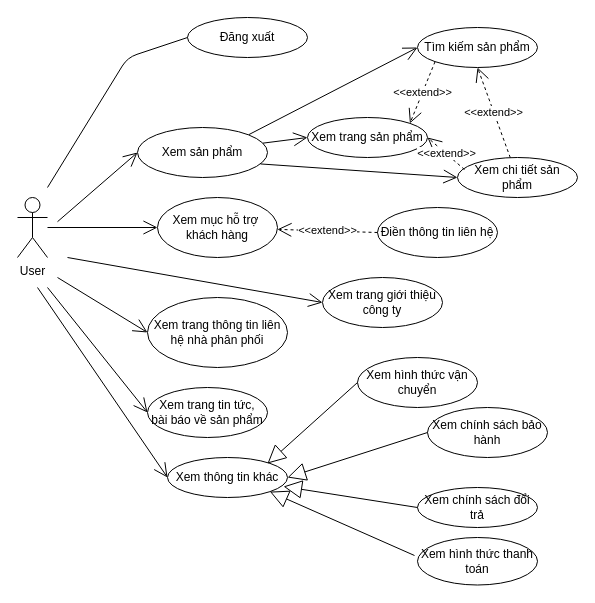
Earlier version of the draw.io diagram userDiagram2.drawio (hoangminh15/PTTKHT). Source tidied: cells renumbered, new cells numbered last; positions are measured from the earlier drawing's top-left corner, leaving out a move shared by most shapes. Both pictures are drawn from the tidied source at 100%, with x=0, y=0 at pixel (17, 17).
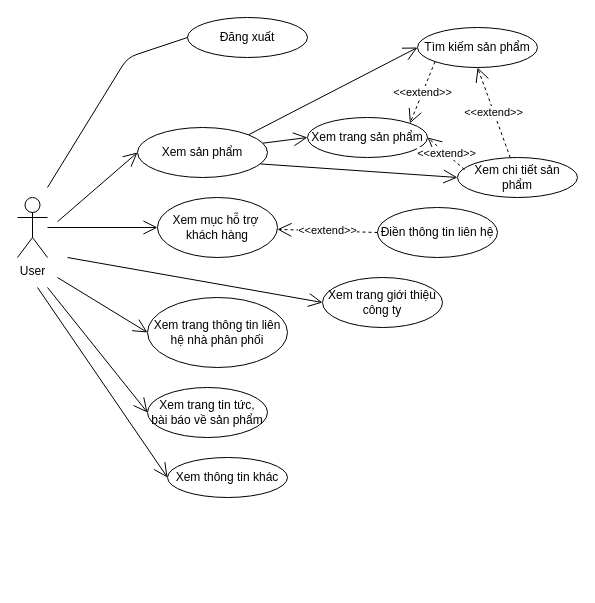
The same page after the edit.

Unchanged cells that the change refers to:
```xml
<mxCell id="13" value="Xem thông tin khác" style="ellipse;whiteSpace=wrap;html=1;" parent="1" vertex="1">
  <mxGeometry x="150" y="440" width="120" height="40" as="geometry" />
</mxCell>
```

Diff of the diagram source:
```diff
@@
-    <mxCell id="9" value="Xem hình thức thanh toán" style="ellipse;whiteSpace=wrap;html=1;" parent="1" vertex="1">
-      <mxGeometry x="400" y="520" width="120" height="47.5" as="geometry" />
-    </mxCell>
-    <mxCell id="10" value="Xem hình thức vận chuyển" style="ellipse;whiteSpace=wrap;html=1;" parent="1" vertex="1">
-      <mxGeometry x="340" y="340" width="120" height="50" as="geometry" />
-    </mxCell>
-    <mxCell id="11" value="Xem chính sách bảo hành" style="ellipse;whiteSpace=wrap;html=1;" parent="1" vertex="1">
-      <mxGeometry x="410" y="390" width="120" height="50" as="geometry" />
-    </mxCell>
-    <mxCell id="12" value="Xem chính sách đổi trả" style="ellipse;whiteSpace=wrap;html=1;" parent="1" vertex="1">
-      <mxGeometry x="400" y="470" width="120" height="40" as="geometry" />
-    </mxCell>
@@
-    <mxCell id="30" style="endArrow=block;endSize=16;endFill=0;html=1;exitX=0;exitY=0.5;exitDx=0;exitDy=0;" parent="1" edge="1" source="10">
-      <mxGeometry relative="1" as="geometry">
-        <mxPoint x="250" y="446" as="targetPoint" />
-      </mxGeometry>
-    </mxCell>
-    <mxCell id="31" style="endArrow=block;endSize=16;endFill=0;html=1;entryX=1;entryY=0.5;entryDx=0;entryDy=0;exitX=0;exitY=0.5;exitDx=0;exitDy=0;" parent="1" edge="1" source="11" target="13">
-      <mxGeometry relative="1" as="geometry" />
-    </mxCell>
-    <mxCell id="32" style="endArrow=block;endSize=16;endFill=0;html=1;entryX=0.967;entryY=0.725;entryDx=0;entryDy=0;exitX=0;exitY=0.5;exitDx=0;exitDy=0;entryPerimeter=0;" parent="1" edge="1" source="12" target="13">
-      <mxGeometry relative="1" as="geometry" />
-    </mxCell>
-    <mxCell id="33" style="endArrow=block;endSize=16;endFill=0;html=1;entryX=1;entryY=1;entryDx=0;entryDy=0;exitX=-0.025;exitY=0.379;exitDx=0;exitDy=0;exitPerimeter=0;" parent="1" edge="1" source="9" target="13">
-      <mxGeometry relative="1" as="geometry" />
-    </mxCell>
```
